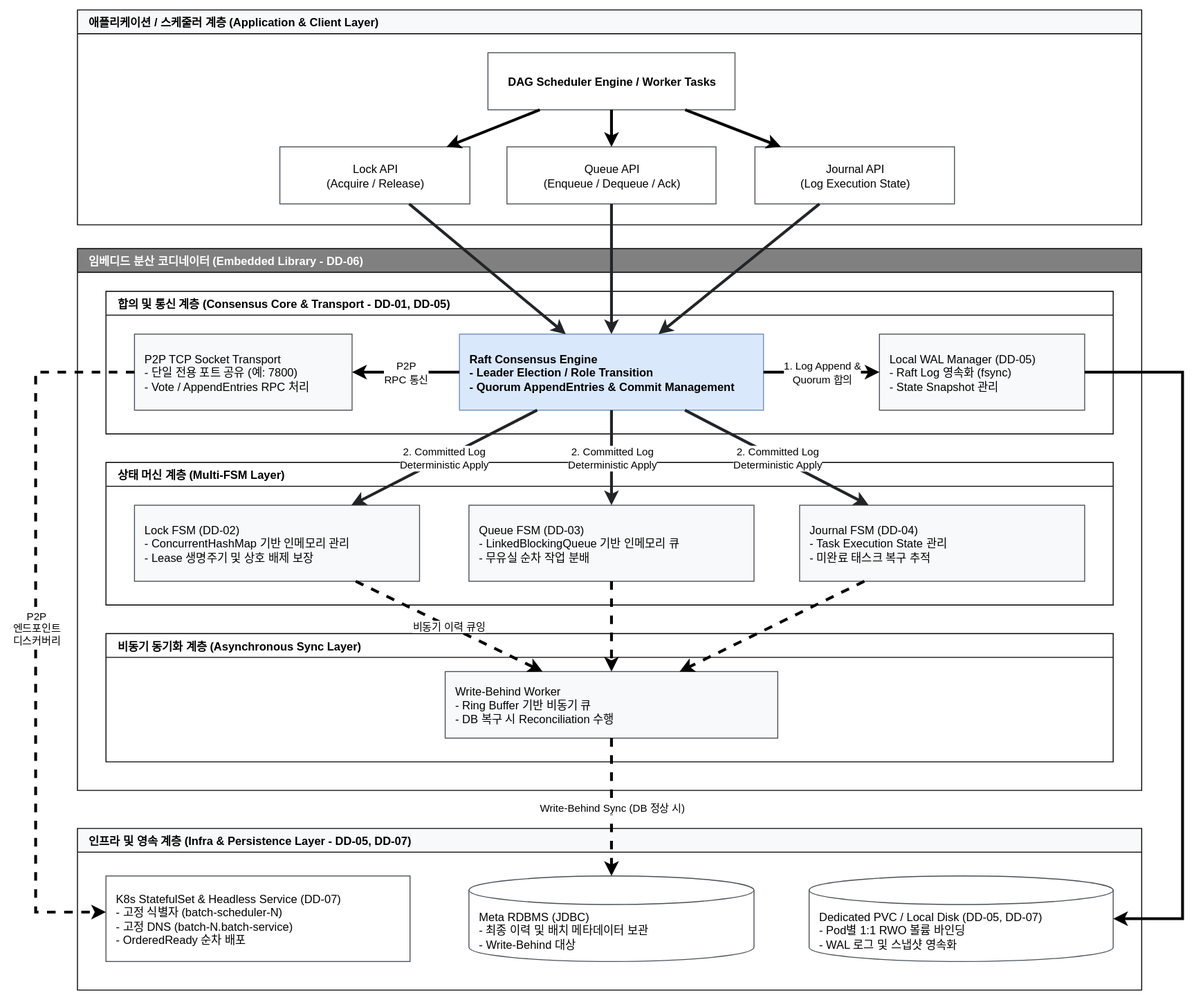
Before: assets/drawio/5.1 Conceptual Architecture.svg, a diagram exported from draw.io (reddiana/a-cert). Source tidied: cells renumbered, new cells last; positions are measured from the earlier drawing's top-left corner, leaving out a move shared by most shapes. Source of this version:
```xml
<mxGraphModel>
  <root>
    <mxCell id="0" />
    <mxCell id="1" parent="0" />
    <mxCell id="2" value="애플리케이션 / 스케줄러 계층 (Application &amp; Client Layer)" style="swimlane;startSize=25;fillColor=#f8f9fa;strokeColor=#000000;strokeWidth=1;fontStyle=1;align=left;spacingLeft=10;rounded=0;" parent="1" vertex="1">
      <mxGeometry x="44" width="1120" height="226" as="geometry" />
    </mxCell>
    <mxCell id="3" value="DAG Scheduler Engine / Worker Tasks" style="whiteSpace=wrap;html=1;fillColor=#ffffff;strokeColor=#495057;fontStyle=1;rounded=0;" parent="2" vertex="1">
      <mxGeometry x="432" y="45" width="260" height="60" as="geometry" />
    </mxCell>
    <mxCell id="4" value="Lock API&#10;(Acquire / Release)" style="whiteSpace=wrap;html=1;fillColor=#ffffff;strokeColor=#495057;rounded=0;" parent="2" vertex="1">
      <mxGeometry x="213" y="144" width="200" height="60" as="geometry" />
    </mxCell>
    <mxCell id="5" value="Queue API&#10;(Enqueue / Dequeue / Ack)" style="whiteSpace=wrap;html=1;fillColor=#ffffff;strokeColor=#495057;rounded=0;" parent="2" vertex="1">
      <mxGeometry x="452" y="144" width="220" height="60" as="geometry" />
    </mxCell>
    <mxCell id="6" value="Journal API&#10;(Log Execution State)" style="whiteSpace=wrap;html=1;fillColor=#ffffff;strokeColor=#495057;rounded=0;" parent="2" vertex="1">
      <mxGeometry x="713" y="144" width="210" height="60" as="geometry" />
    </mxCell>
    <mxCell id="7" style="rounded=0;jettySize=auto;html=1;strokeWidth=3;" parent="2" edge="1" source="3" target="4">
      <mxGeometry relative="1" as="geometry" />
    </mxCell>
    <mxCell id="8" style="rounded=0;jettySize=auto;html=1;strokeWidth=3;align=center;verticalAlign=middle;fontFamily=Helvetica;fontSize=11;fontColor=default;labelBackgroundColor=default;endArrow=classic;" parent="2" edge="1" source="3" target="5">
      <mxGeometry relative="1" as="geometry" />
    </mxCell>
    <mxCell id="9" style="rounded=0;jettySize=auto;html=1;strokeWidth=3;" parent="2" edge="1" source="3" target="6">
      <mxGeometry relative="1" as="geometry" />
    </mxCell>
    <mxCell id="10" value="임베디드 분산 코디네이터 (Embedded Library - DD-06)" style="swimlane;startSize=25;fillColor=#808080;strokeColor=#000000;strokeWidth=1;fontStyle=1;align=left;spacingLeft=10;rounded=0;fontColor=#ffffff;" parent="1" vertex="1">
      <mxGeometry x="44" y="251" width="1120" height="570" as="geometry" />
    </mxCell>
    <mxCell id="11" value="합의 및 통신 계층 (Consensus Core &amp; Transport - DD-01, DD-05)" style="swimlane;startSize=25;fillColor=#ffffff;strokeColor=#000000;strokeWidth=1;fontStyle=1;align=left;spacingLeft=10;rounded=0;" parent="10" vertex="1">
      <mxGeometry x="30" y="45" width="1060" height="150" as="geometry" />
    </mxCell>
    <mxCell id="12" value="P2P TCP Socket Transport&#10;- 단일 전용 포트 공유 (예: 7800)&#10;- Vote / AppendEntries RPC 처리" style="whiteSpace=wrap;html=1;fillColor=#f8f9fa;strokeColor=#495057;align=left;spacingLeft=8;rounded=0;" parent="11" vertex="1">
      <mxGeometry x="30" y="45" width="229" height="80" as="geometry" />
    </mxCell>
    <mxCell id="13" value="Raft Consensus Engine&#10;- Leader Election / Role Transition&#10;- Quorum AppendEntries &amp; Commit Management" style="whiteSpace=wrap;html=1;fillColor=#dae8fc;strokeColor=#6c8ebf;fontStyle=1;align=left;spacingLeft=8;rounded=0;" parent="11" vertex="1">
      <mxGeometry x="372" y="45" width="320" height="80" as="geometry" />
    </mxCell>
    <mxCell id="14" value="Local WAL Manager (DD-05)&#10;- Raft Log 영속화 (fsync)&#10;- State Snapshot 관리" style="whiteSpace=wrap;html=1;fillColor=#f8f9fa;strokeColor=#495057;align=left;spacingLeft=8;rounded=0;" parent="11" vertex="1">
      <mxGeometry x="814" y="45" width="216" height="80" as="geometry" />
    </mxCell>
    <mxCell id="15" value="P2P &lt;br&gt;RPC 통신" style="endArrow=classic;html=1;strokeWidth=3;rounded=0;endFill=1;" parent="11" edge="1" source="13" target="12">
      <mxGeometry relative="1" as="geometry" />
    </mxCell>
    <mxCell id="16" value="상태 머신 계층 (Multi-FSM Layer)" style="swimlane;startSize=25;fillColor=#ffffff;strokeColor=#000000;strokeWidth=1;fontStyle=1;align=left;spacingLeft=10;rounded=0;" parent="10" vertex="1">
      <mxGeometry x="30" y="225" width="1060" height="150" as="geometry" />
    </mxCell>
    <mxCell id="17" value="Lock FSM (DD-02)&#10;- ConcurrentHashMap 기반 인메모리 관리&#10;- Lease 생명주기 및 상호 배제 보장" style="whiteSpace=wrap;html=1;fillColor=#f8f9fa;strokeColor=#495057;align=left;spacingLeft=8;rounded=0;" parent="16" vertex="1">
      <mxGeometry x="30" y="45" width="300" height="80" as="geometry" />
    </mxCell>
    <mxCell id="18" value="Queue FSM (DD-03)&#10;- LinkedBlockingQueue 기반 인메모리 큐&#10;- 무유실 순차 작업 분배" style="whiteSpace=wrap;html=1;fillColor=#f8f9fa;strokeColor=#495057;align=left;spacingLeft=8;rounded=0;" parent="16" vertex="1">
      <mxGeometry x="382" y="45" width="300" height="80" as="geometry" />
    </mxCell>
    <mxCell id="19" value="Journal FSM (DD-04)&#10;- Task Execution State 관리&#10;- 미완료 태스크 복구 추적" style="whiteSpace=wrap;html=1;fillColor=#f8f9fa;strokeColor=#495057;align=left;spacingLeft=8;rounded=0;" parent="16" vertex="1">
      <mxGeometry x="730" y="45" width="300" height="80" as="geometry" />
    </mxCell>
    <mxCell id="20" value="비동기 동기화 계층 (Asynchronous Sync Layer)" style="swimlane;startSize=25;fillColor=#ffffff;strokeColor=#000000;strokeWidth=1;fontStyle=1;align=left;spacingLeft=10;rounded=0;" parent="10" vertex="1">
      <mxGeometry x="30" y="405" width="1060" height="135" as="geometry" />
    </mxCell>
    <mxCell id="21" value="Write-Behind Worker&#10;- Ring Buffer 기반 비동기 큐&#10;- DB 복구 시 Reconciliation 수행" style="whiteSpace=wrap;html=1;fillColor=#f8f9fa;strokeColor=#495057;align=left;spacingLeft=8;rounded=0;" parent="20" vertex="1">
      <mxGeometry x="357" y="40" width="350" height="70" as="geometry" />
    </mxCell>
    <mxCell id="22" value="인프라 및 영속 계층 (Infra &amp; Persistence Layer - DD-05, DD-07)" style="swimlane;startSize=25;fillColor=#f8f9fa;strokeColor=#000000;strokeWidth=1;fontStyle=1;align=left;spacingLeft=10;rounded=0;" parent="1" vertex="1">
      <mxGeometry x="44" y="861" width="1120" height="170" as="geometry" />
    </mxCell>
    <mxCell id="23" value="K8s StatefulSet &amp; Headless Service (DD-07)&#10;- 고정 식별자 (batch-scheduler-N)&#10;- 고정 DNS (batch-N.batch-service)&#10;- OrderedReady 순차 배포" style="whiteSpace=wrap;html=1;fillColor=#ffffff;strokeColor=#495057;align=left;spacingLeft=8;rounded=0;" parent="22" vertex="1">
      <mxGeometry x="30" y="50" width="320" height="90" as="geometry" />
    </mxCell>
    <mxCell id="24" value="Meta RDBMS (JDBC)&#10;- 최종 이력 및 배치 메타데이터 보관&#10;- Write-Behind 대상" style="shape=cylinder3;whiteSpace=wrap;html=1;boundedLbl=1;backgroundOutline=1;size=15;fillColor=#ffffff;strokeColor=#495057;align=left;spacingLeft=8;rounded=0;" parent="22" vertex="1">
      <mxGeometry x="412" y="50" width="300" height="90" as="geometry" />
    </mxCell>
    <mxCell id="25" value="Dedicated PVC / Local Disk (DD-05, DD-07)&#10;- Pod별 1:1 RWO 볼륨 바인딩&#10;- WAL 로그 및 스냅샷 영속화" style="shape=cylinder3;whiteSpace=wrap;html=1;boundedLbl=1;backgroundOutline=1;size=15;fillColor=#ffffff;strokeColor=#495057;align=left;spacingLeft=8;rounded=0;" parent="22" vertex="1">
      <mxGeometry x="770" y="50" width="320" height="90" as="geometry" />
    </mxCell>
    <mxCell id="26" style="rounded=0;jettySize=auto;html=1;strokeColor=#212529;strokeWidth=3;" parent="1" edge="1" source="4" target="13">
      <mxGeometry relative="1" as="geometry" />
    </mxCell>
    <mxCell id="27" style="rounded=0;jettySize=auto;html=1;strokeColor=#212529;strokeWidth=3;" parent="1" edge="1" source="5" target="13">
      <mxGeometry relative="1" as="geometry" />
    </mxCell>
    <mxCell id="28" style="rounded=0;jettySize=auto;html=1;strokeColor=#212529;strokeWidth=3;" parent="1" edge="1" source="6" target="13">
      <mxGeometry relative="1" as="geometry" />
    </mxCell>
    <mxCell id="29" value="1. Log Append &amp;amp; &lt;br&gt;Quorum 합의" style="edgeStyle=orthogonalEdgeStyle;rounded=0;jettySize=auto;html=1;strokeWidth=3;fontStyle=0;labelBackgroundColor=#ffffff;" parent="1" edge="1" source="13" target="14">
      <mxGeometry relative="1" as="geometry" />
    </mxCell>
    <mxCell id="30" style="edgeStyle=orthogonalEdgeStyle;rounded=0;jettySize=auto;html=1;strokeWidth=3;" parent="1" edge="1" source="14" target="25">
      <mxGeometry relative="1" as="geometry">
        <Array as="points">
          <mxPoint x="1207" y="381" />
          <mxPoint x="1207" y="956" />
        </Array>
      </mxGeometry>
    </mxCell>
    <mxCell id="31" value="2. Committed Log &lt;br&gt;Deterministic Apply" style="rounded=0;jettySize=auto;html=1;strokeColor=#212529;strokeWidth=3;labelBackgroundColor=#ffffff;" parent="1" edge="1" source="13" target="17">
      <mxGeometry relative="1" as="geometry" />
    </mxCell>
    <mxCell id="32" value="2. Committed Log&lt;br&gt;Deterministic Apply" style="edgeStyle=orthogonalEdgeStyle;rounded=0;jettySize=auto;html=1;strokeColor=#212529;strokeWidth=3;" parent="1" edge="1" source="13" target="18">
      <mxGeometry relative="1" as="geometry" />
    </mxCell>
    <mxCell id="33" value="2. Committed Log&lt;br&gt;Deterministic Apply" style="rounded=0;jettySize=auto;html=1;strokeColor=#212529;strokeWidth=3;" parent="1" edge="1" source="13" target="19">
      <mxGeometry relative="1" as="geometry" />
    </mxCell>
    <mxCell id="34" value="비동기 이력 큐잉" style="rounded=0;jettySize=auto;html=1;dashed=1;strokeWidth=3;labelBackgroundColor=#ffffff;" parent="1" edge="1" source="17" target="21">
      <mxGeometry relative="1" as="geometry" />
    </mxCell>
    <mxCell id="35" style="rounded=0;jettySize=auto;html=1;dashed=1;strokeWidth=3;" parent="1" edge="1" source="18" target="21">
      <mxGeometry relative="1" as="geometry" />
    </mxCell>
    <mxCell id="36" style="rounded=0;jettySize=auto;html=1;dashed=1;strokeWidth=3;" parent="1" edge="1" source="19" target="21">
      <mxGeometry relative="1" as="geometry" />
    </mxCell>
    <mxCell id="37" value="Write-Behind Sync (DB 정상 시)" style="rounded=0;jettySize=auto;html=1;dashed=1;strokeWidth=3;labelBackgroundColor=#ffffff;" parent="1" edge="1" source="21" target="24">
      <mxGeometry relative="1" as="geometry" />
    </mxCell>
    <mxCell id="38" value="P2P &lt;br&gt;엔드포인트 &lt;br&gt;디스커버리" style="edgeStyle=orthogonalEdgeStyle;rounded=0;jettySize=auto;html=1;dashed=1;strokeWidth=3;labelBackgroundColor=#ffffff;exitX=0;exitY=0.5;exitDx=0;exitDy=0;" parent="1" edge="1" source="12" target="23">
      <mxGeometry relative="1" as="geometry">
        <Array as="points">
          <mxPoint y="381" />
          <mxPoint y="949" />
        </Array>
      </mxGeometry>
    </mxCell>
  </root>
</mxGraphModel>
```
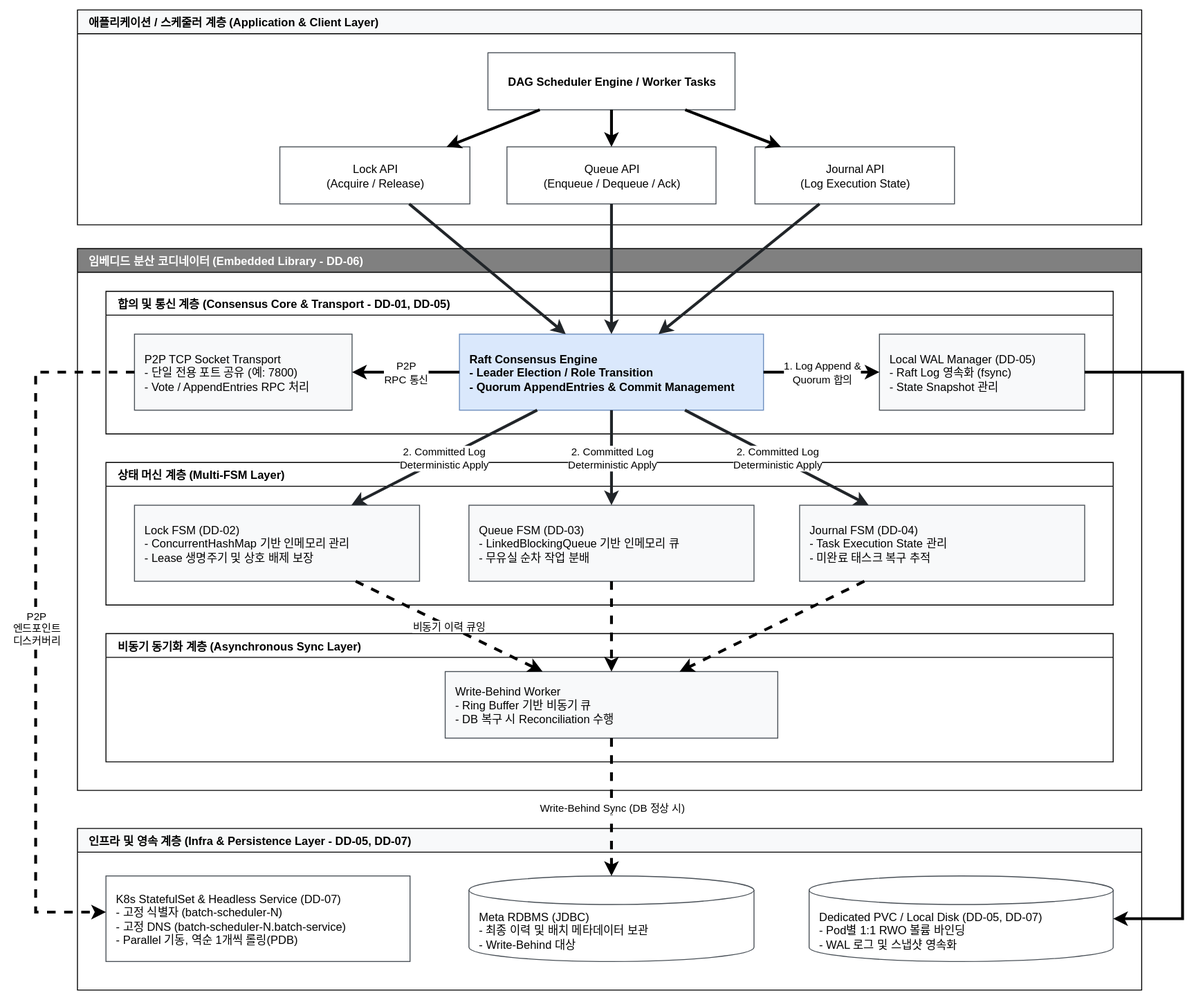
After the commit.

Commit message:
구성도 OrderedReady 표기 수정 및 면접 문서 볼드 표기 정리

The edit, as a diff of the source:
```diff
@@ -65,7 +65,7 @@
     <mxCell id="22" value="인프라 및 영속 계층 (Infra &amp; Persistence Layer - DD-05, DD-07)" style="swimlane;startSize=25;fillColor=#f8f9fa;strokeColor=#000000;strokeWidth=1;fontStyle=1;align=left;spacingLeft=10;rounded=0;" parent="1" vertex="1">
       <mxGeometry x="44" y="861" width="1120" height="170" as="geometry" />
     </mxCell>
-    <mxCell id="23" value="K8s StatefulSet &amp; Headless Service (DD-07)&#10;- 고정 식별자 (batch-scheduler-N)&#10;- 고정 DNS (batch-N.batch-service)&#10;- OrderedReady 순차 배포" style="whiteSpace=wrap;html=1;fillColor=#ffffff;strokeColor=#495057;align=left;spacingLeft=8;rounded=0;" parent="22" vertex="1">
+    <mxCell id="23" value="K8s StatefulSet &amp; Headless Service (DD-07)&#10;- 고정 식별자 (batch-scheduler-N)&#10;- 고정 DNS (batch-scheduler-N.batch-service)&#10;- Parallel 기동, 역순 1개씩 롤링(PDB)" style="whiteSpace=wrap;html=1;fillColor=#ffffff;strokeColor=#495057;align=left;spacingLeft=8;rounded=0;" parent="22" vertex="1">
       <mxGeometry x="30" y="50" width="320" height="90" as="geometry" />
     </mxCell>
     <mxCell id="24" value="Meta RDBMS (JDBC)&#10;- 최종 이력 및 배치 메타데이터 보관&#10;- Write-Behind 대상" style="shape=cylinder3;whiteSpace=wrap;html=1;boundedLbl=1;backgroundOutline=1;size=15;fillColor=#ffffff;strokeColor=#495057;align=left;spacingLeft=8;rounded=0;" parent="22" vertex="1">
```
